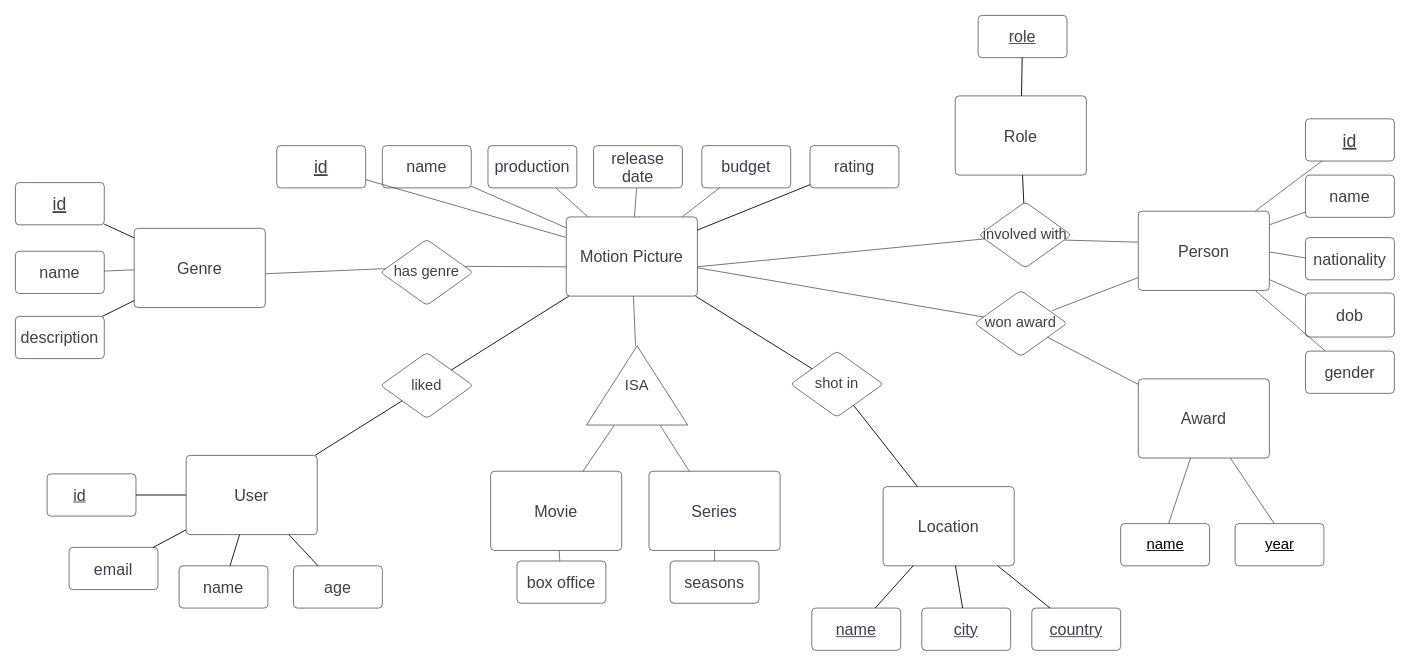
This is ER Diagram.drawio from BOBONA/DBMS-COSI127B, a draw.io file, before an edit. Source tidied: cells renumbered, new cells numbered last; positions are measured from the earlier drawing's top-left corner, leaving out a move shared by most shapes. Both pictures are drawn from the tidied source at 88%, with x=0, y=0 at pixel (15, 15).
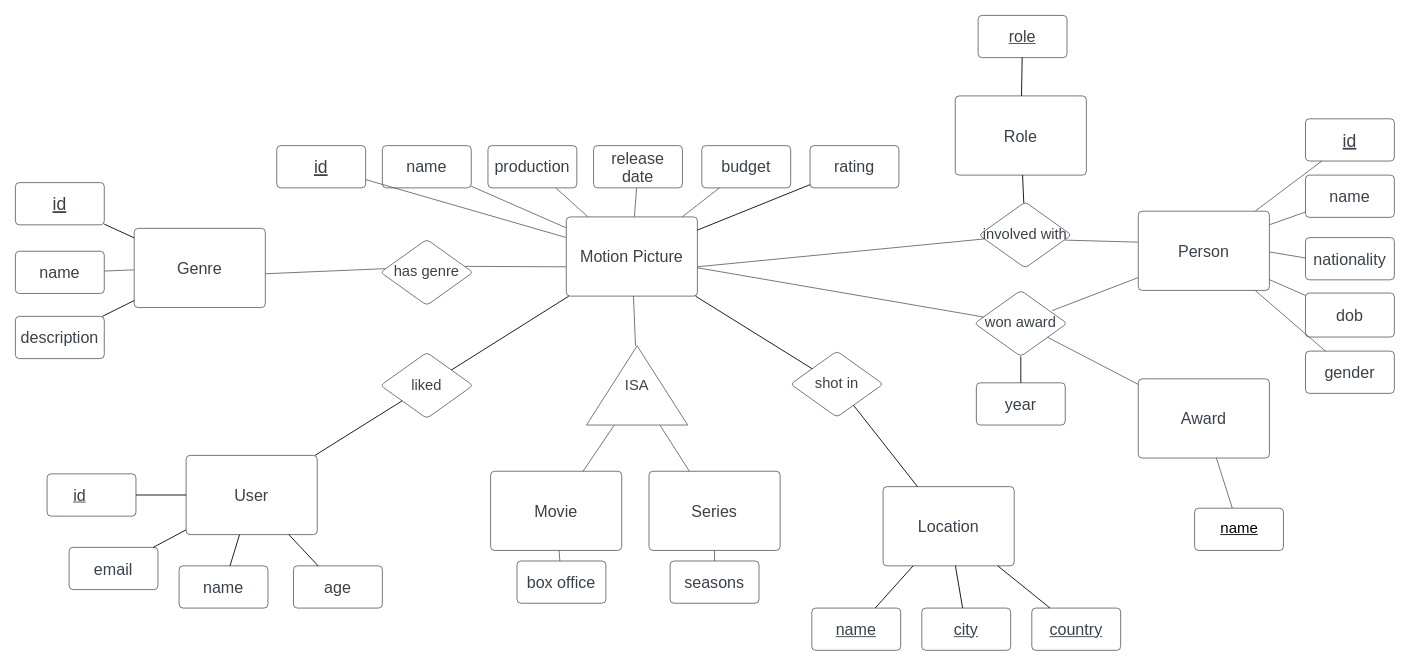
Above is the later version.

Unchanged cells that the change refers to:
```xml
<mxCell id="46" value="won award" style="html=1;overflow=block;blockSpacing=1;whiteSpace=wrap;rhombus;fontSize=16.7;fontColor=#3a414a;spacing=3.8;strokeColor=#3a414a;strokeOpacity=100;rounded=1;absoluteArcSize=1;arcSize=9;strokeWidth=0.8;lucidId=EhC.Hkq8IfsG;" parent="1" vertex="1">
  <mxGeometry x="1090" y="312.5" width="105" height="75" as="geometry" />
</mxCell>
<mxCell id="47" value="Award" style="html=1;overflow=block;blockSpacing=1;whiteSpace=wrap;fontSize=18.3;fontColor=#3a414a;spacing=9;strokeColor=#3a414a;strokeOpacity=100;rounded=1;absoluteArcSize=1;arcSize=9;strokeWidth=0.8;lucidId=EhC.j_HUIlur;" parent="1" vertex="1">
  <mxGeometry x="1276" y="413" width="149" height="90" as="geometry" />
</mxCell>
<mxCell id="53" style="group;" parent="52" vertex="1">
  <mxGeometry width="101" height="48" as="geometry" />
</mxCell>
<mxCell id="57" style="html=1;overflow=block;blockSpacing=1;whiteSpace=wrap;fontSize=18.3;fontColor=#3a414a;spacing=3.8;strokeColor=#3a414a;strokeOpacity=100;rounded=1;absoluteArcSize=1;arcSize=9;strokeWidth=0.8;lucidId=EhC.j7B.kK.m;fontStyle=4;" parent="56" vertex="1">
  <mxGeometry width="101" height="48" as="geometry" />
</mxCell>
```

Change to the diagram source:
```diff
@@
-    <mxCell id="50" style="html=1;jettySize=18;whiteSpace=wrap;fontSize=13;strokeColor=#3a414a;strokeOpacity=100;strokeWidth=0.8;rounded=0;startArrow=none;endArrow=none;lucidId=EhC.K92keKf.;" parent="1" edge="1" target="47">
-      <mxGeometry relative="1" as="geometry">
-        <mxPoint x="1297" y="617.5" as="sourcePoint" />
-      </mxGeometry>
+    <mxCell id="50" style="html=1;jettySize=18;whiteSpace=wrap;fontSize=13;strokeColor=#3a414a;strokeOpacity=100;strokeWidth=0.8;rounded=0;startArrow=none;endArrow=none;lucidId=EhC.K92keKf.;" parent="1" edge="1" source="57" target="47">
+      <mxGeometry relative="1" as="geometry" />
     </mxCell>
-    <mxCell id="51" style="html=1;jettySize=18;whiteSpace=wrap;fontSize=13;strokeColor=#3a414a;strokeOpacity=100;strokeWidth=0.8;rounded=0;startArrow=none;endArrow=none;exitX=0.5;exitY=0;lucidId=EhC.dW-oipTZ;exitDx=0;exitDy=0;" parent="1" edge="1" source="55" target="47">
-      <mxGeometry relative="1" as="geometry" />
-    </mxCell>
-    <mxCell id="52" style="group;" parent="1" vertex="1">
-      <mxGeometry x="1386" y="577.5" width="101" height="48" as="geometry" />
+    <mxCell id="52" style="group;fontStyle=4;" parent="1" vertex="1">
+      <mxGeometry x="1092" y="417.5" width="101" height="48" as="geometry" />
     </mxCell>
@@
-    <mxCell id="54" style="html=1;overflow=block;blockSpacing=1;whiteSpace=wrap;fontSize=18.3;fontColor=#3a414a;spacing=3.8;strokeColor=#3a414a;strokeOpacity=100;rounded=1;absoluteArcSize=1;arcSize=9;strokeWidth=0.8;lucidId=EhC.pvXhTuE7;fontStyle=0;" parent="53" vertex="1">
+    <mxCell id="54" value="year" style="html=1;overflow=block;blockSpacing=1;whiteSpace=wrap;fontSize=18.3;fontColor=#3a414a;spacing=3.8;strokeColor=#3a414a;strokeOpacity=100;rounded=1;absoluteArcSize=1;arcSize=9;strokeWidth=0.8;lucidId=EhC.pvXhTuE7;fontStyle=0;" parent="53" vertex="1">
       <mxGeometry width="101" height="48" as="geometry" />
     </mxCell>
-    <mxCell id="55" value="year" style="text;html=1;strokeColor=none;fillColor=none;align=center;verticalAlign=middle;whiteSpace=wrap;rounded=0;fontSize=17;fontStyle=4;" parent="53" vertex="1">
-      <mxGeometry x="20.5" y="9" width="60" height="30" as="geometry" />
-    </mxCell>
     <mxCell id="56" style="group;fontStyle=0;" parent="1" vertex="1">
-      <mxGeometry x="1256" y="577.5" width="101" height="48" as="geometry" />
+      <mxGeometry x="1340" y="560" width="101" height="48" as="geometry" />
     </mxCell>
@@
+    <mxCell id="89" style="endArrow=none;html=1;rounded=0;" parent="1" edge="1" source="54" target="46">
+      <mxGeometry relative="1" as="geometry" />
+    </mxCell>
```
